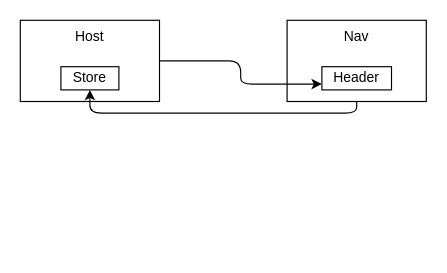
This is redux/architecture.dio from ritsrivastava01/-MFE-StateManagement, a draw.io file, before an edit. Source tidied: cells renumbered, new cells numbered last; positions are measured from the earlier drawing's top-left corner, leaving out a move shared by most shapes. Both pictures are drawn from the tidied source at 116%, with x=0, y=0 at pixel (20, 20).
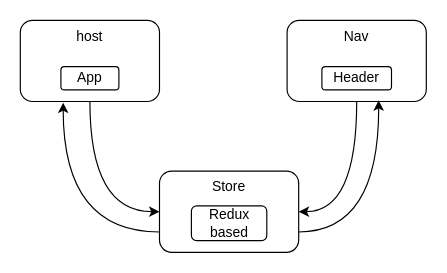
After the change.

What changed in the source:
```diff
@@
 <mxGraphModel>
   <root>
     <mxCell id="0" />
     <mxCell id="1" parent="0" />
-    <mxCell id="2" value="Host&lt;br&gt;" style="rounded=0;whiteSpace=wrap;html=1;verticalAlign=top;" parent="1" vertex="1">
-      <mxGeometry width="120" height="70" as="geometry" />
-    </mxCell>
+    <mxCell id="8" style="edgeStyle=orthogonalEdgeStyle;html=1;exitX=0.5;exitY=1;exitDx=0;exitDy=0;entryX=0;entryY=0.5;entryDx=0;entryDy=0;curved=1;" parent="1" edge="1" source="9" target="6">
+      <mxGeometry relative="1" as="geometry" />
+    </mxCell>
+    <mxCell id="9" value="host" style="rounded=1;whiteSpace=wrap;html=1;verticalAlign=top;" parent="1" vertex="1">
+      <mxGeometry width="120" height="70" as="geometry" />
+    </mxCell>
-    <mxCell id="3" style="edgeStyle=orthogonalEdgeStyle;html=1;exitX=0.5;exitY=1;exitDx=0;exitDy=0;entryX=0.5;entryY=1;entryDx=0;entryDy=0;" parent="1" edge="1" source="4" target="6">
+    <mxCell id="3" style="edgeStyle=orthogonalEdgeStyle;html=1;exitX=0.5;exitY=1;exitDx=0;exitDy=0;entryX=1;entryY=0.5;entryDx=0;entryDy=0;curved=1;" parent="1" edge="1" source="4" target="6">
       <mxGeometry relative="1" as="geometry" />
     </mxCell>
-    <mxCell id="4" value="Nav" style="rounded=0;whiteSpace=wrap;html=1;horizontal=1;verticalAlign=top;" parent="1" vertex="1">
+    <mxCell id="4" value="Nav" style="rounded=1;whiteSpace=wrap;html=1;horizontal=1;verticalAlign=top;" parent="1" vertex="1">
       <mxGeometry x="230" width="120" height="70" as="geometry" />
     </mxCell>
-    <mxCell id="5" value="Header&lt;br&gt;" style="rounded=0;whiteSpace=wrap;html=1;" parent="1" vertex="1">
+    <mxCell id="5" value="Header&lt;br&gt;" style="rounded=1;whiteSpace=wrap;html=1;" parent="1" vertex="1">
       <mxGeometry x="260" y="40" width="60" height="20" as="geometry" />
     </mxCell>
+    <mxCell id="10" value="App" style="rounded=1;whiteSpace=wrap;html=1;" parent="1" vertex="1">
+      <mxGeometry x="35" y="40" width="50" height="20" as="geometry" />
+    </mxCell>
+    <mxCell id="11" style="edgeStyle=orthogonalEdgeStyle;html=1;exitX=1;exitY=0.75;exitDx=0;exitDy=0;entryX=0.658;entryY=0.986;entryDx=0;entryDy=0;entryPerimeter=0;curved=1;" parent="1" edge="1" source="6" target="4">
+      <mxGeometry relative="1" as="geometry" />
+    </mxCell>
+    <mxCell id="12" style="edgeStyle=orthogonalEdgeStyle;html=1;exitX=0;exitY=0.75;exitDx=0;exitDy=0;entryX=0.308;entryY=1.014;entryDx=0;entryDy=0;entryPerimeter=0;curved=1;" parent="1" edge="1" source="6" target="9">
+      <mxGeometry relative="1" as="geometry" />
+    </mxCell>
-    <mxCell id="6" value="Store" style="rounded=0;whiteSpace=wrap;html=1;" parent="1" vertex="1">
-      <mxGeometry x="35" y="40" width="50" height="20" as="geometry" />
+    <mxCell id="6" value="Store" style="rounded=1;whiteSpace=wrap;html=1;verticalAlign=top;" parent="1" vertex="1">
+      <mxGeometry x="120" y="130" width="120" height="70" as="geometry" />
     </mxCell>
-    <mxCell id="7" style="edgeStyle=orthogonalEdgeStyle;html=1;exitX=1;exitY=0.5;exitDx=0;exitDy=0;entryX=0;entryY=0.75;entryDx=0;entryDy=0;" parent="1" edge="1" source="2" target="5">
-      <mxGeometry relative="1" as="geometry" />
-    </mxCell>
+    <mxCell id="13" value="Redux based" style="rounded=1;whiteSpace=wrap;html=1;" parent="1" vertex="1">
+      <mxGeometry x="147.5" y="160" width="65" height="30" as="geometry" />
+    </mxCell>
   </root>
 </mxGraphModel>
```
